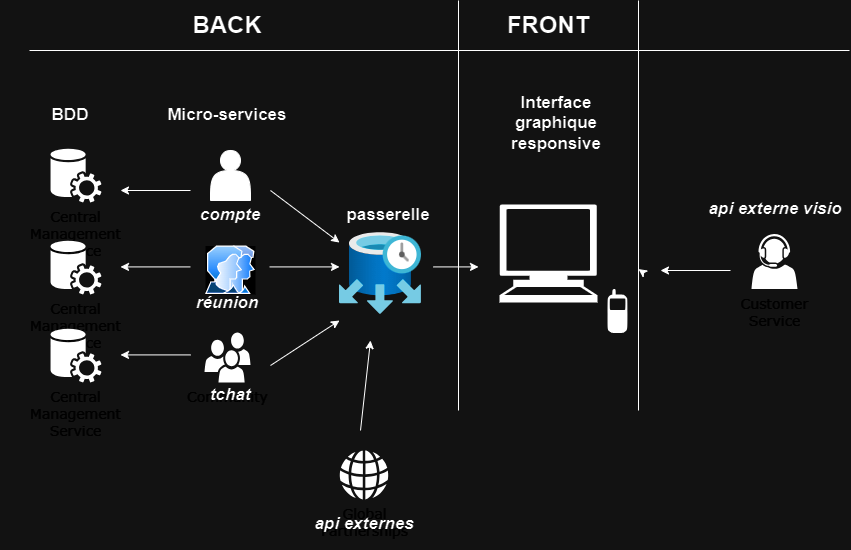
Earlier version of the draw.io export Diagramme_archi_drawio.png (2023-cda-alt-devops-p4/my-project-ac). Source tidied: cells renumbered, new cells last; positions are measured from the earlier drawing's top-left corner, leaving out a move shared by most shapes.
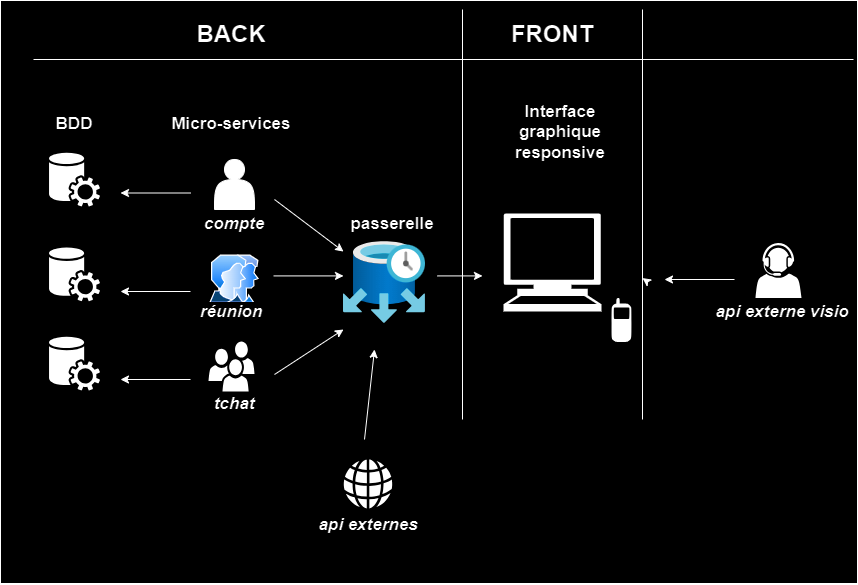
After the change.

Commit message:
📝 maj diagram on ReadME + corrections diverses

The edit, as a diff of the source:
```diff
@@ -1,135 +1,138 @@
-<mxGraphModel>
+<mxGraphModel background="#FFFFFF">
   <root>
     <mxCell id="0" />
     <mxCell id="1" parent="0" />
+    <mxCell id="36" style="rounded=0;whiteSpace=wrap;html=1;labelBackgroundColor=#FFFFFF;fontColor=none;noLabel=1;labelBorderColor=#E6E6E6;" parent="1" vertex="1">
+      <mxGeometry x="-4" y="-9" width="857" height="583" as="geometry" />
+    </mxCell>
-    <mxCell id="2" value="Community" style="shadow=0;dashed=0;html=1;strokeColor=none;fillColor=#000000;labelPosition=center;verticalLabelPosition=bottom;verticalAlign=top;shape=mxgraph.office.users.users;rounded=0;comic=0;fontFamily=Verdana;fontSize=14;fontColor=#FFFFFF;" parent="1" vertex="1">
+    <mxCell id="2" style="shadow=0;dashed=0;html=1;strokeColor=none;fillColor=#000000;labelPosition=center;verticalLabelPosition=bottom;verticalAlign=top;shape=mxgraph.office.users.users;rounded=0;comic=0;fontFamily=Verdana;fontSize=14;fontColor=#000000;labelBackgroundColor=default;" parent="1" vertex="1">
       <mxGeometry x="204" y="332" width="46" height="50" as="geometry" />
     </mxCell>
-    <mxCell id="3" value="Customer&lt;div&gt;Service&lt;/div&gt;" style="shadow=0;dashed=0;html=1;strokeColor=none;fillColor=#000000;labelPosition=center;verticalLabelPosition=bottom;verticalAlign=top;shape=mxgraph.office.users.call_center_agent;rounded=0;comic=0;fontFamily=Verdana;fontSize=14;fontColor=#FFFFFF;" parent="1" vertex="1">
+    <mxCell id="3" style="shadow=0;dashed=0;html=1;strokeColor=none;fillColor=#000000;labelPosition=center;verticalLabelPosition=bottom;verticalAlign=top;shape=mxgraph.office.users.call_center_agent;rounded=0;comic=0;fontFamily=Verdana;fontSize=14;fontColor=#000000;labelBackgroundColor=default;" parent="1" vertex="1">
       <mxGeometry x="751" y="233.5" width="46" height="55" as="geometry" />
     </mxCell>
-    <mxCell id="4" value="Central&lt;div&gt;Management&lt;/div&gt;&lt;div&gt;Service&lt;/div&gt;" style="shadow=0;dashed=0;html=1;strokeColor=none;fillColor=#000000;labelPosition=center;verticalLabelPosition=bottom;verticalAlign=top;shape=mxgraph.office.services.central_management_service;rounded=0;comic=0;fontFamily=Verdana;fontSize=14;fontColor=#FFFFFF;" parent="1" vertex="1">
-      <mxGeometry x="50" y="148" width="51" height="54" as="geometry" />
+    <mxCell id="4" style="shadow=0;dashed=0;html=1;strokeColor=none;fillColor=#000000;labelPosition=center;verticalLabelPosition=bottom;verticalAlign=top;shape=mxgraph.office.services.central_management_service;rounded=0;comic=0;fontFamily=Verdana;fontSize=14;fontColor=#000000;labelBackgroundColor=default;" parent="1" vertex="1">
+      <mxGeometry x="44.5" y="143" width="51" height="54" as="geometry" />
     </mxCell>
-    <mxCell id="5" value="Global&lt;div&gt;Partnerships&lt;/div&gt;" style="shadow=0;dashed=0;html=1;strokeColor=none;fillColor=#000000;labelPosition=center;verticalLabelPosition=bottom;verticalAlign=top;shape=mxgraph.office.concepts.globe_internet;rounded=0;comic=0;fontFamily=Verdana;fontSize=14;fontColor=#FFFFFF;" parent="1" vertex="1">
+    <mxCell id="5" style="shadow=0;dashed=0;html=1;strokeColor=none;fillColor=#000000;labelPosition=center;verticalLabelPosition=bottom;verticalAlign=top;shape=mxgraph.office.concepts.globe_internet;rounded=0;comic=0;fontFamily=Verdana;fontSize=14;fontColor=#000000;labelBackgroundColor=default;" parent="1" vertex="1">
       <mxGeometry x="339" y="450" width="49" height="49" as="geometry" />
     </mxCell>
-    <mxCell id="6" style="shape=mxgraph.signs.tech.cell_phone;html=1;fillColor=#000000;strokeColor=none;verticalLabelPosition=bottom;verticalAlign=top;align=center;sketch=0;" parent="1" vertex="1">
+    <mxCell id="6" style="shape=mxgraph.signs.tech.cell_phone;html=1;fillColor=#000000;strokeColor=none;verticalLabelPosition=bottom;verticalAlign=top;align=center;sketch=0;labelBackgroundColor=default;fontColor=#000000;" parent="1" vertex="1">
       <mxGeometry x="607" y="288.5" width="20" height="44" as="geometry" />
     </mxCell>
-    <mxCell id="7" style="shape=mxgraph.signs.tech.computer;html=1;fillColor=#000000;strokeColor=none;verticalLabelPosition=bottom;verticalAlign=top;align=center;sketch=0;" parent="1" vertex="1">
+    <mxCell id="7" style="shape=mxgraph.signs.tech.computer;html=1;fillColor=#000000;strokeColor=none;verticalLabelPosition=bottom;verticalAlign=top;align=center;sketch=0;labelBackgroundColor=default;fontColor=#000000;" parent="1" vertex="1">
       <mxGeometry x="499" y="204" width="98" height="98" as="geometry" />
     </mxCell>
-    <mxCell id="8" style="shape=actor;whiteSpace=wrap;html=1;fillColor=#000000;" parent="1" vertex="1">
+    <mxCell id="8" style="shape=actor;whiteSpace=wrap;html=1;fillColor=#000000;labelBackgroundColor=default;fontColor=#000000;" parent="1" vertex="1">
       <mxGeometry x="210" y="150" width="40" height="50" as="geometry" />
     </mxCell>
-    <mxCell id="9" value="Central&lt;div&gt;Management&lt;/div&gt;&lt;div&gt;Service&lt;/div&gt;" style="shadow=0;dashed=0;html=1;strokeColor=none;fillColor=#000000;labelPosition=center;verticalLabelPosition=bottom;verticalAlign=top;shape=mxgraph.office.services.central_management_service;rounded=0;comic=0;fontFamily=Verdana;fontSize=14;fontColor=#FFFFFF;" parent="1" vertex="1">
-      <mxGeometry x="50" y="240" width="51" height="54" as="geometry" />
+    <mxCell id="9" style="shadow=0;dashed=0;html=1;strokeColor=none;fillColor=#000000;labelPosition=center;verticalLabelPosition=bottom;verticalAlign=top;shape=mxgraph.office.services.central_management_service;rounded=0;comic=0;fontFamily=Verdana;fontSize=14;fontColor=#000000;labelBackgroundColor=default;" parent="1" vertex="1">
+      <mxGeometry x="44.5" y="237.8" width="51" height="54" as="geometry" />
     </mxCell>
-    <mxCell id="10" value="Central&lt;div&gt;Management&lt;/div&gt;&lt;div&gt;Service&lt;/div&gt;" style="shadow=0;dashed=0;html=1;strokeColor=none;fillColor=#000000;labelPosition=center;verticalLabelPosition=bottom;verticalAlign=top;shape=mxgraph.office.services.central_management_service;rounded=0;comic=0;fontFamily=Verdana;fontSize=14;fontColor=#FFFFFF;" parent="1" vertex="1">
-      <mxGeometry x="50" y="328" width="51" height="54" as="geometry" />
+    <mxCell id="10" style="shadow=0;dashed=0;html=1;strokeColor=none;fillColor=#000000;labelPosition=center;verticalLabelPosition=bottom;verticalAlign=top;shape=mxgraph.office.services.central_management_service;rounded=0;comic=0;fontFamily=Verdana;fontSize=14;fontColor=#000000;labelBackgroundColor=default;" parent="1" vertex="1">
+      <mxGeometry x="44.5" y="327" width="51" height="54" as="geometry" />
     </mxCell>
-    <mxCell id="11" style="image;perimeter=ellipsePerimeter;html=1;align=center;shadow=0;dashed=0;spacingTop=3;image=img/lib/active_directory/user_accounts.svg;imageBackground=default;" parent="1" vertex="1">
+    <mxCell id="11" style="image;perimeter=ellipsePerimeter;html=1;align=center;shadow=0;dashed=0;spacingTop=3;image=img/lib/active_directory/user_accounts.svg;imageBackground=default;labelBackgroundColor=default;fontColor=#000000;" parent="1" vertex="1">
       <mxGeometry x="205" y="245.5" width="50" height="48.5" as="geometry" />
     </mxCell>
-    <mxCell id="12" style="image;html=1;points=[];align=center;fontSize=12;image=img/lib/azure2/databases/Elastic_Job_Agents.svg;" parent="1" vertex="1">
+    <mxCell id="12" style="image;html=1;points=[];align=center;fontSize=12;image=img/lib/azure2/databases/Elastic_Job_Agents.svg;labelBackgroundColor=default;fontColor=#000000;" parent="1" vertex="1">
       <mxGeometry x="339" y="232" width="82" height="82" as="geometry" />
     </mxCell>
-    <mxCell id="13" style="endArrow=classic;html=1;rounded=0;" parent="1" edge="1">
+    <mxCell id="13" style="endArrow=classic;html=1;rounded=0;labelBackgroundColor=default;fontColor=#000000;" parent="1" edge="1">
       <mxGeometry relative="1" as="geometry">
-        <mxPoint x="190" y="190" as="sourcePoint" />
-        <mxPoint x="120" y="190" as="targetPoint" />
+        <mxPoint x="186" y="183.5" as="sourcePoint" />
+        <mxPoint x="116" y="183.5" as="targetPoint" />
       </mxGeometry>
     </mxCell>
-    <mxCell id="14" style="endArrow=classic;html=1;rounded=0;" parent="1" edge="1">
+    <mxCell id="14" style="endArrow=classic;html=1;rounded=0;labelBackgroundColor=default;fontColor=#000000;" parent="1" edge="1">
       <mxGeometry relative="1" as="geometry">
-        <mxPoint x="190" y="354.4" as="sourcePoint" />
-        <mxPoint x="120" y="354.4" as="targetPoint" />
+        <mxPoint x="186" y="370" as="sourcePoint" />
+        <mxPoint x="116" y="370" as="targetPoint" />
       </mxGeometry>
     </mxCell>
-    <mxCell id="15" style="endArrow=classic;html=1;rounded=0;" parent="1" edge="1">
+    <mxCell id="15" style="endArrow=classic;html=1;rounded=0;labelBackgroundColor=default;fontColor=#000000;" parent="1" edge="1">
       <mxGeometry relative="1" as="geometry">
-        <mxPoint x="190" y="266.4" as="sourcePoint" />
-        <mxPoint x="120" y="266.4" as="targetPoint" />
+        <mxPoint x="186" y="282" as="sourcePoint" />
+        <mxPoint x="116" y="282" as="targetPoint" />
       </mxGeometry>
     </mxCell>
-    <mxCell id="16" style="endArrow=classic;html=1;rounded=0;" parent="1" edge="1" target="12">
+    <mxCell id="16" style="endArrow=classic;html=1;rounded=0;labelBackgroundColor=default;fontColor=#000000;" parent="1" edge="1" target="12">
       <mxGeometry relative="1" as="geometry">
         <mxPoint x="270" y="190" as="sourcePoint" />
       </mxGeometry>
     </mxCell>
-    <mxCell id="17" style="endArrow=classic;html=1;rounded=0;" parent="1" edge="1">
+    <mxCell id="17" style="endArrow=classic;html=1;rounded=0;labelBackgroundColor=default;fontColor=#000000;" parent="1" edge="1">
       <mxGeometry relative="1" as="geometry">
         <mxPoint x="270" y="365" as="sourcePoint" />
         <mxPoint x="339" y="320" as="targetPoint" />
       </mxGeometry>
     </mxCell>
-    <mxCell id="18" style="endArrow=classic;html=1;rounded=0;" parent="1" edge="1">
+    <mxCell id="18" style="endArrow=classic;html=1;rounded=0;labelBackgroundColor=default;fontColor=#000000;" parent="1" edge="1">
       <mxGeometry relative="1" as="geometry">
         <mxPoint x="269" y="266.4" as="sourcePoint" />
         <mxPoint x="339" y="266.4" as="targetPoint" />
       </mxGeometry>
     </mxCell>
-    <mxCell id="19" style="endArrow=classic;html=1;rounded=0;" parent="1" edge="1">
+    <mxCell id="19" style="endArrow=classic;html=1;rounded=0;labelBackgroundColor=default;fontColor=#000000;" parent="1" edge="1">
       <mxGeometry relative="1" as="geometry">
         <mxPoint x="360" y="430" as="sourcePoint" />
         <mxPoint x="370" y="340" as="targetPoint" />
       </mxGeometry>
     </mxCell>
-    <mxCell id="20" style="endArrow=classic;html=1;rounded=0;" parent="1" edge="1">
+    <mxCell id="20" style="endArrow=classic;html=1;rounded=0;labelBackgroundColor=default;fontColor=#000000;" parent="1" edge="1">
       <mxGeometry relative="1" as="geometry">
         <mxPoint x="730" y="270" as="sourcePoint" />
         <mxPoint x="660" y="270" as="targetPoint" />
       </mxGeometry>
     </mxCell>
-    <mxCell id="21" style="endArrow=classic;html=1;rounded=0;" parent="1" edge="1" target="22">
+    <mxCell id="21" style="endArrow=classic;html=1;rounded=0;labelBackgroundColor=default;fontColor=#000000;" parent="1" edge="1" target="22">
       <mxGeometry relative="1" as="geometry">
         <mxPoint x="640" y="270" as="sourcePoint" />
       </mxGeometry>
     </mxCell>
-    <mxCell id="22" style="shape=partialRectangle;whiteSpace=wrap;html=1;bottom=0;top=0;fillColor=none;" parent="1" vertex="1">
+    <mxCell id="22" style="shape=partialRectangle;whiteSpace=wrap;html=1;bottom=0;top=0;fillColor=none;labelBackgroundColor=default;fontColor=#000000;" parent="1" vertex="1">
       <mxGeometry x="458" width="180" height="410" as="geometry" />
     </mxCell>
-    <mxCell id="23" value="&lt;b&gt;&lt;font style=&quot;font-size: 24px;&quot;&gt;FRONT&lt;/font&gt;&lt;/b&gt;" style="text;html=1;strokeColor=none;fillColor=none;align=center;verticalAlign=middle;whiteSpace=wrap;rounded=0;" parent="1" vertex="1">
+    <mxCell id="23" value="&lt;b&gt;&lt;font style=&quot;font-size: 24px;&quot;&gt;FRONT&lt;/font&gt;&lt;/b&gt;" style="text;html=1;strokeColor=none;fillColor=none;align=center;verticalAlign=middle;whiteSpace=wrap;rounded=0;labelBackgroundColor=default;fontColor=#000000;" parent="1" vertex="1">
       <mxGeometry x="478" width="140" height="50" as="geometry" />
     </mxCell>
-    <mxCell id="24" value="&lt;b&gt;&lt;font style=&quot;font-size: 24px;&quot;&gt;BACK&lt;/font&gt;&lt;/b&gt;" style="text;html=1;strokeColor=none;fillColor=none;align=center;verticalAlign=middle;whiteSpace=wrap;rounded=0;" parent="1" vertex="1">
+    <mxCell id="24" value="&lt;b&gt;&lt;font style=&quot;font-size: 24px;&quot;&gt;BACK&lt;/font&gt;&lt;/b&gt;" style="text;html=1;strokeColor=none;fillColor=none;align=center;verticalAlign=middle;whiteSpace=wrap;rounded=0;labelBackgroundColor=default;fontColor=#000000;" parent="1" vertex="1">
       <mxGeometry x="157" width="140" height="50" as="geometry" />
     </mxCell>
-    <mxCell id="25" value="&lt;b&gt;&lt;font style=&quot;font-size: 17px;&quot;&gt;BDD&lt;/font&gt;&lt;/b&gt;" style="text;html=1;strokeColor=none;fillColor=none;align=center;verticalAlign=middle;whiteSpace=wrap;rounded=0;" parent="1" vertex="1">
+    <mxCell id="25" value="&lt;b&gt;&lt;font style=&quot;font-size: 17px;&quot;&gt;BDD&lt;/font&gt;&lt;/b&gt;" style="text;html=1;strokeColor=none;fillColor=none;align=center;verticalAlign=middle;whiteSpace=wrap;rounded=0;labelBackgroundColor=default;" parent="1" vertex="1">
       <mxGeometry y="90" width="140" height="50" as="geometry" />
     </mxCell>
-    <mxCell id="26" value="&lt;b&gt;&lt;font style=&quot;font-size: 17px;&quot;&gt;Micro-services&lt;/font&gt;&lt;/b&gt;" style="text;html=1;strokeColor=none;fillColor=none;align=center;verticalAlign=middle;whiteSpace=wrap;rounded=0;" parent="1" vertex="1">
+    <mxCell id="26" value="&lt;b&gt;&lt;font style=&quot;font-size: 17px;&quot;&gt;Micro-services&lt;/font&gt;&lt;/b&gt;" style="text;html=1;strokeColor=none;fillColor=none;align=center;verticalAlign=middle;whiteSpace=wrap;rounded=0;labelBackgroundColor=default;fontColor=#000000;" parent="1" vertex="1">
       <mxGeometry x="157" y="90" width="140" height="50" as="geometry" />
     </mxCell>
-    <mxCell id="27" style="endArrow=classic;html=1;rounded=0;" parent="1" edge="1">
+    <mxCell id="27" style="endArrow=classic;html=1;rounded=0;labelBackgroundColor=default;fontColor=#000000;" parent="1" edge="1">
       <mxGeometry relative="1" as="geometry">
         <mxPoint x="433" y="266.4" as="sourcePoint" />
         <mxPoint x="478" y="266.4" as="targetPoint" />
       </mxGeometry>
     </mxCell>
-    <mxCell id="28" value="&lt;b&gt;&lt;font style=&quot;font-size: 17px;&quot;&gt;passerelle&lt;/font&gt;&lt;/b&gt;" style="text;html=1;strokeColor=none;fillColor=none;align=center;verticalAlign=middle;whiteSpace=wrap;rounded=0;" parent="1" vertex="1">
+    <mxCell id="28" value="&lt;b&gt;&lt;font style=&quot;font-size: 17px;&quot;&gt;passerelle&lt;/font&gt;&lt;/b&gt;" style="text;html=1;strokeColor=none;fillColor=none;align=center;verticalAlign=middle;whiteSpace=wrap;rounded=0;labelBackgroundColor=default;fontColor=#000000;" parent="1" vertex="1">
       <mxGeometry x="318" y="190" width="140" height="50" as="geometry" />
     </mxCell>
-    <mxCell id="29" value="&lt;b&gt;&lt;font style=&quot;font-size: 17px;&quot;&gt;&lt;i&gt;api externe visio&lt;/i&gt;&lt;/font&gt;&lt;/b&gt;" style="text;html=1;strokeColor=none;fillColor=none;align=center;verticalAlign=middle;whiteSpace=wrap;rounded=0;" parent="1" vertex="1">
-      <mxGeometry x="705" y="183.5" width="140" height="50" as="geometry" />
+    <mxCell id="29" value="&lt;b&gt;&lt;font style=&quot;font-size: 17px;&quot;&gt;&lt;i&gt;api externe visio&lt;/i&gt;&lt;/font&gt;&lt;/b&gt;" style="text;html=1;strokeColor=none;fillColor=none;align=center;verticalAlign=middle;whiteSpace=wrap;rounded=0;labelBackgroundColor=default;fontColor=#000000;" parent="1" vertex="1">
+      <mxGeometry x="708" y="278" width="140" height="50" as="geometry" />
     </mxCell>
-    <mxCell id="30" value="&lt;b&gt;&lt;font style=&quot;font-size: 17px;&quot;&gt;&lt;i&gt;api externes&lt;/i&gt;&lt;/font&gt;&lt;/b&gt;" style="text;html=1;strokeColor=none;fillColor=none;align=center;verticalAlign=middle;whiteSpace=wrap;rounded=0;" parent="1" vertex="1">
-      <mxGeometry x="293.5" y="499" width="140" height="50" as="geometry" />
+    <mxCell id="30" value="&lt;b&gt;&lt;font style=&quot;font-size: 17px;&quot;&gt;&lt;i&gt;api externes&lt;/i&gt;&lt;/font&gt;&lt;/b&gt;" style="text;html=1;strokeColor=none;fillColor=none;align=center;verticalAlign=middle;whiteSpace=wrap;rounded=0;labelBackgroundColor=default;fontColor=#000000;" parent="1" vertex="1">
+      <mxGeometry x="293.5" y="491" width="140" height="50" as="geometry" />
     </mxCell>
-    <mxCell id="31" value="&lt;b&gt;&lt;font style=&quot;font-size: 17px;&quot;&gt;&lt;i&gt;tchat&lt;/i&gt;&lt;/font&gt;&lt;/b&gt;" style="text;html=1;strokeColor=none;fillColor=none;align=center;verticalAlign=middle;whiteSpace=wrap;rounded=0;" parent="1" vertex="1">
-      <mxGeometry x="160" y="370" width="140" height="50" as="geometry" />
+    <mxCell id="31" value="&lt;b&gt;&lt;font style=&quot;font-size: 17px;&quot;&gt;&lt;i&gt;tchat&lt;/i&gt;&lt;/font&gt;&lt;/b&gt;" style="text;html=1;strokeColor=none;fillColor=none;align=center;verticalAlign=middle;whiteSpace=wrap;rounded=0;labelBackgroundColor=default;fontColor=#000000;" parent="1" vertex="1">
+      <mxGeometry x="185" y="370" width="90" height="50" as="geometry" />
     </mxCell>
-    <mxCell id="32" value="&lt;b&gt;&lt;font style=&quot;font-size: 17px;&quot;&gt;&lt;i&gt;réunion&lt;/i&gt;&lt;/font&gt;&lt;/b&gt;" style="text;html=1;strokeColor=none;fillColor=none;align=center;verticalAlign=middle;whiteSpace=wrap;rounded=0;" parent="1" vertex="1">
+    <mxCell id="32" value="&lt;b&gt;&lt;font style=&quot;font-size: 17px;&quot;&gt;&lt;i&gt;réunion&lt;/i&gt;&lt;/font&gt;&lt;/b&gt;" style="text;html=1;strokeColor=none;fillColor=none;align=center;verticalAlign=middle;whiteSpace=wrap;rounded=0;labelBackgroundColor=default;fontColor=#000000;" parent="1" vertex="1">
       <mxGeometry x="157" y="278" width="140" height="50" as="geometry" />
     </mxCell>
-    <mxCell id="33" value="&lt;span style=&quot;font-size: 17px;&quot;&gt;&lt;b&gt;&lt;i&gt;compte&lt;/i&gt;&lt;/b&gt;&lt;/span&gt;" style="text;html=1;strokeColor=none;fillColor=none;align=center;verticalAlign=middle;whiteSpace=wrap;rounded=0;" parent="1" vertex="1">
+    <mxCell id="33" value="&lt;span style=&quot;font-size: 17px;&quot;&gt;&lt;b&gt;&lt;i&gt;compte&lt;/i&gt;&lt;/b&gt;&lt;/span&gt;" style="text;html=1;strokeColor=none;fillColor=none;align=center;verticalAlign=middle;whiteSpace=wrap;rounded=0;labelBackgroundColor=default;fontColor=#000000;" parent="1" vertex="1">
       <mxGeometry x="160" y="190" width="140" height="50" as="geometry" />
     </mxCell>
-    <mxCell id="34" value="&lt;b&gt;&lt;font style=&quot;font-size: 17px;&quot;&gt;Interface graphique responsive&lt;/font&gt;&lt;/b&gt;" style="text;html=1;strokeColor=none;fillColor=none;align=center;verticalAlign=middle;whiteSpace=wrap;rounded=0;" parent="1" vertex="1">
+    <mxCell id="34" value="&lt;b&gt;&lt;font style=&quot;font-size: 17px;&quot;&gt;Interface graphique responsive&lt;/font&gt;&lt;/b&gt;" style="text;html=1;strokeColor=none;fillColor=none;align=center;verticalAlign=middle;whiteSpace=wrap;rounded=0;labelBackgroundColor=default;fontColor=#000000;" parent="1" vertex="1">
       <mxGeometry x="486" y="98" width="140" height="50" as="geometry" />
     </mxCell>
-    <mxCell id="35" style="endArrow=none;html=1;rounded=0;" parent="1" edge="1">
+    <mxCell id="35" style="endArrow=none;html=1;rounded=0;labelBackgroundColor=default;fontColor=#000000;" parent="1" edge="1">
       <mxGeometry relative="1" as="geometry">
         <mxPoint x="849" y="50" as="sourcePoint" />
         <mxPoint x="29" y="50" as="targetPoint" />
```
